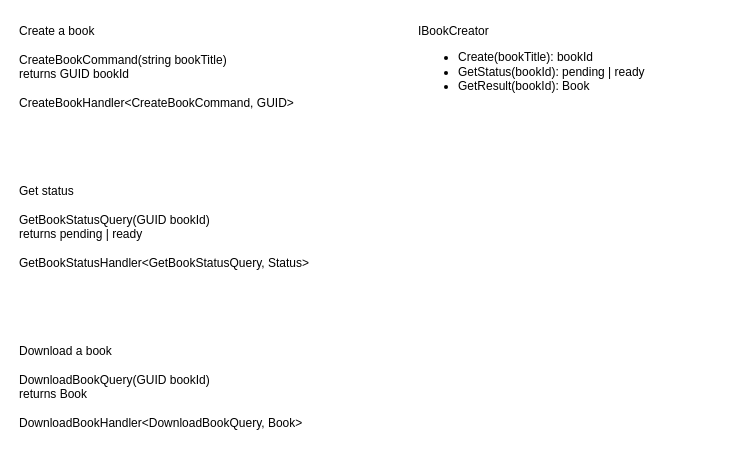
Above: page "Application Layer" (4 of 4) of docs/BookGenerator.drawio in Mental-NV/BookGenerator (draw.io), before the change. Source tidied: cells renumbered, new cells numbered last; positions are measured from the earlier drawing's top-left corner, leaving out a move shared by most shapes. Both pictures are drawn from the tidied source at 100%, with x=0, y=0 at pixel (17, 17).
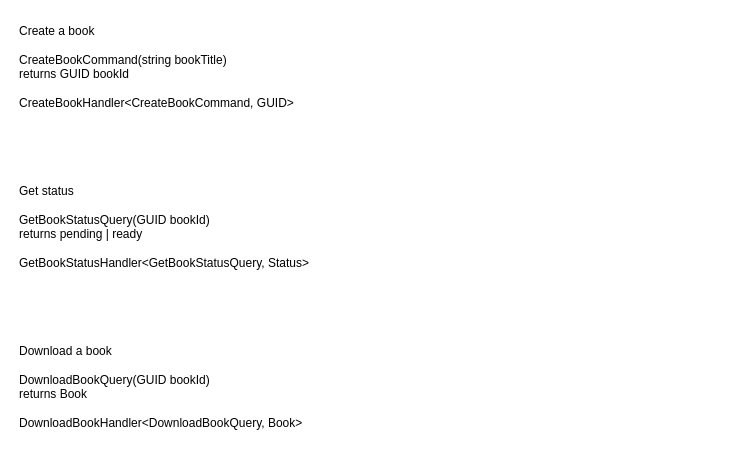
After the change.

Diff of the diagram source:
```diff
@@
 <mxGraphModel>
   <root>
     <mxCell id="0" />
     <mxCell id="1" parent="0" />
     <mxCell id="2" value="&lt;div&gt;Create a book&lt;/div&gt;&lt;div&gt;&lt;br&gt;&lt;/div&gt;&lt;div&gt;CreateBookCommand(string bookTitle)&lt;br&gt;&lt;/div&gt;&lt;div&gt;returns GUID bookId&lt;/div&gt;&lt;div&gt;&lt;br&gt;&lt;/div&gt;&lt;div&gt;CreateBookHandler&amp;lt;CreateBookCommand, GUID&amp;gt;&lt;br&gt;&lt;/div&gt;" style="text;html=1;strokeColor=none;fillColor=none;align=left;verticalAlign=top;whiteSpace=wrap;rounded=0;" parent="1" vertex="1">
       <mxGeometry width="389" height="110" as="geometry" />
     </mxCell>
     <mxCell id="3" value="&lt;div&gt;Get status&lt;/div&gt;&lt;div&gt;&lt;br&gt;&lt;/div&gt;&lt;div&gt;GetBookStatusQuery(GUID bookId)&lt;/div&gt;&lt;div&gt;returns pending | ready&lt;/div&gt;&lt;div&gt;&lt;br&gt;&lt;/div&gt;&lt;div&gt;GetBookStatusHandler&amp;lt;GetBookStatusQuery, Status&amp;gt;&lt;br&gt;&lt;/div&gt;" style="text;html=1;strokeColor=none;fillColor=none;align=left;verticalAlign=top;whiteSpace=wrap;rounded=0;" parent="1" vertex="1">
       <mxGeometry y="160" width="399" height="110" as="geometry" />
     </mxCell>
     <mxCell id="4" value="&lt;div&gt;Download a book&lt;/div&gt;&lt;div&gt;&lt;br&gt;&lt;/div&gt;&lt;div&gt;DownloadBookQuery(GUID bookId)&lt;/div&gt;&lt;div&gt;returns Book&lt;/div&gt;&lt;div&gt;&lt;br&gt;&lt;/div&gt;&lt;div&gt;DownloadBookHandler&amp;lt;DownloadBookQuery, Book&amp;gt;&lt;br&gt;&lt;/div&gt;" style="text;html=1;strokeColor=none;fillColor=none;align=left;verticalAlign=top;whiteSpace=wrap;rounded=0;" parent="1" vertex="1">
       <mxGeometry y="320" width="399" height="110" as="geometry" />
     </mxCell>
-    <mxCell id="5" value="&lt;div&gt;IBookCreator&lt;/div&gt;&lt;div&gt;&lt;ul&gt;&lt;li&gt;Create(bookTitle): bookId&lt;/li&gt;&lt;li&gt;GetStatus(bookId): pending | ready&lt;/li&gt;&lt;li&gt;GetResult(bookId): Book&lt;/li&gt;&lt;/ul&gt;&lt;/div&gt;" style="text;html=1;strokeColor=none;fillColor=none;align=left;verticalAlign=top;whiteSpace=wrap;rounded=0;" parent="1" vertex="1">
-      <mxGeometry x="399" width="320" height="90" as="geometry" />
-    </mxCell>
   </root>
 </mxGraphModel>
```
